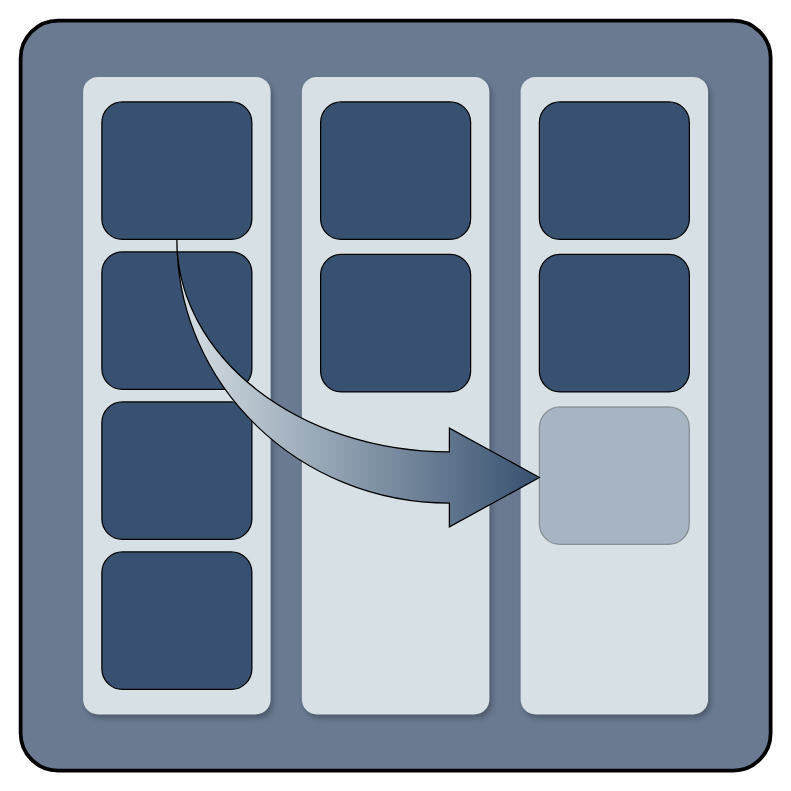
This is docs/Draw IO/app_icon/app_icon.drawio from ZanderCowboy/multichoice, a draw.io file, before an edit. Source tidied: cells renumbered, new cells numbered last; positions are measured from the earlier drawing's top-left corner, leaving out a move shared by most shapes. Both pictures are drawn from the tidied source at 125%, with x=0, y=0 at pixel (20, 20).
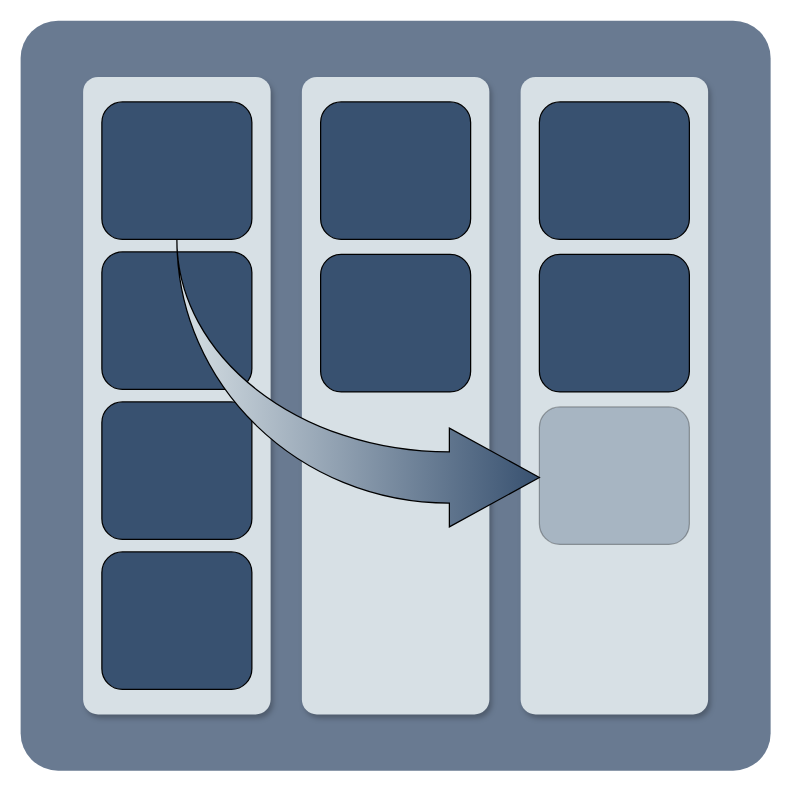
The same page after the edit.

Commit message (it also covers changes not shown here):
chore: Refactor App Icon files

Change to the diagram source:
```diff
@@
 <mxGraphModel>
   <root>
     <mxCell id="0" />
     <mxCell id="1" parent="0" />
-    <mxCell id="2" style="rounded=1;whiteSpace=wrap;html=1;perimeterSpacing=0;arcSize=5;fillColor=#697a91;strokeColor=default;strokeWidth=3;" parent="1" vertex="1">
+    <mxCell id="2" style="rounded=1;whiteSpace=wrap;html=1;perimeterSpacing=0;arcSize=5;fillColor=#697a91;strokeColor=none;strokeWidth=3;" parent="1" vertex="1">
       <mxGeometry width="600" height="600" as="geometry" />
     </mxCell>
     <mxCell id="3" style="rounded=1;whiteSpace=wrap;html=1;fillColor=#d7e0e5;strokeColor=none;arcSize=8;strokeWidth=2;fillStyle=solid;gradientColor=none;shadow=1;" parent="1" vertex="1">
       <mxGeometry x="50" y="45" width="150" height="510" as="geometry" />
     </mxCell>
     <mxCell id="4" style="rounded=1;whiteSpace=wrap;html=1;fillColor=#D7E0E5;strokeColor=none;arcSize=8;strokeWidth=2;shadow=1;fillStyle=solid;" parent="1" vertex="1">
       <mxGeometry x="225" y="45" width="150" height="510" as="geometry" />
     </mxCell>
     <mxCell id="5" style="rounded=1;whiteSpace=wrap;html=1;fillColor=#D7E0E5;strokeColor=none;arcSize=8;strokeWidth=2;shadow=1;shadowBlur=2;" parent="1" vertex="1">
       <mxGeometry x="400" y="45" width="150" height="510" as="geometry" />
     </mxCell>
     <mxCell id="6" style="rounded=1;whiteSpace=wrap;html=1;fillStyle=solid;fillColor=#385170;strokeColor=default;fontColor=#000000;" parent="1" vertex="1">
       <mxGeometry x="65" y="65" width="120" height="110" as="geometry" />
     </mxCell>
     <mxCell id="7" style="rounded=1;whiteSpace=wrap;html=1;fillColor=#385170;strokeColor=default;fontColor=#000000;gradientColor=none;opacity=30;" parent="1" vertex="1">
       <mxGeometry x="415" y="309" width="120" height="110" as="geometry" />
     </mxCell>
     <mxCell id="8" style="rounded=1;whiteSpace=wrap;html=1;fillStyle=solid;fillColor=#385170;strokeColor=default;fontColor=#000000;" parent="1" vertex="1">
       <mxGeometry x="65" y="185" width="120" height="110" as="geometry" />
     </mxCell>
     <mxCell id="9" style="rounded=1;whiteSpace=wrap;html=1;fillStyle=solid;fillColor=#385170;strokeColor=default;fontColor=#000000;" parent="1" vertex="1">
       <mxGeometry x="65" y="305" width="120" height="110" as="geometry" />
     </mxCell>
     <mxCell id="10" style="html=1;shadow=0;dashed=0;align=center;verticalAlign=middle;shape=mxgraph.arrows2.jumpInArrow;dy=20.5;dx=72;arrowHead=79;flipV=1;flipH=0;fillColor=#D7E0E5;strokeColor=#000000;gradientColor=#385170;gradientDirection=east;" parent="1" vertex="1">
       <mxGeometry x="125" y="175" width="290" height="230" as="geometry" />
     </mxCell>
     <mxCell id="11" style="rounded=1;whiteSpace=wrap;html=1;fillStyle=solid;fillColor=#385170;strokeColor=default;fontColor=#000000;" parent="1" vertex="1">
       <mxGeometry x="65" y="425" width="120" height="110" as="geometry" />
     </mxCell>
     <mxCell id="12" style="rounded=1;whiteSpace=wrap;html=1;fillStyle=solid;fillColor=#385170;strokeColor=default;fontColor=#000000;" parent="1" vertex="1">
       <mxGeometry x="240" y="65" width="120" height="110" as="geometry" />
     </mxCell>
     <mxCell id="13" style="rounded=1;whiteSpace=wrap;html=1;fillStyle=solid;fillColor=#385170;strokeColor=default;fontColor=#000000;" parent="1" vertex="1">
       <mxGeometry x="240" y="187" width="120" height="110" as="geometry" />
     </mxCell>
     <mxCell id="14" style="rounded=1;whiteSpace=wrap;html=1;fillStyle=solid;fillColor=#385170;strokeColor=default;fontColor=#000000;" parent="1" vertex="1">
       <mxGeometry x="415" y="65" width="120" height="110" as="geometry" />
     </mxCell>
     <mxCell id="15" style="rounded=1;whiteSpace=wrap;html=1;fillStyle=solid;fillColor=#385170;strokeColor=default;fontColor=#000000;" parent="1" vertex="1">
       <mxGeometry x="415" y="187" width="120" height="110" as="geometry" />
     </mxCell>
   </root>
 </mxGraphModel>
```
